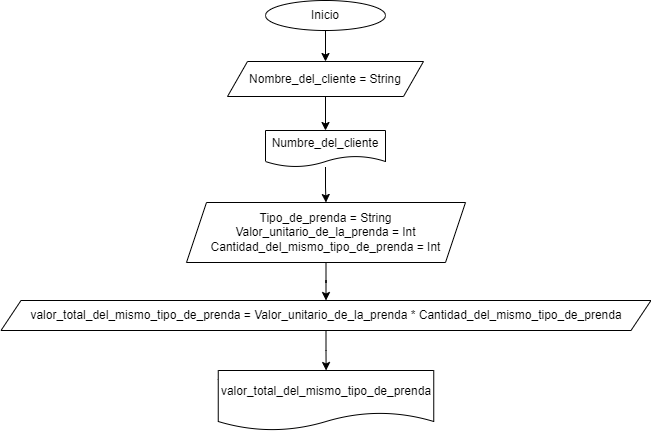
Before: Pagar en una tienda.png, a diagram exported from draw.io (dasamepu/Flujo-de-funciones-para-encapsular-algoritmos). Source tidied: cells renumbered, new cells last; positions are measured from the earlier drawing's top-left corner, leaving out a move shared by most shapes.
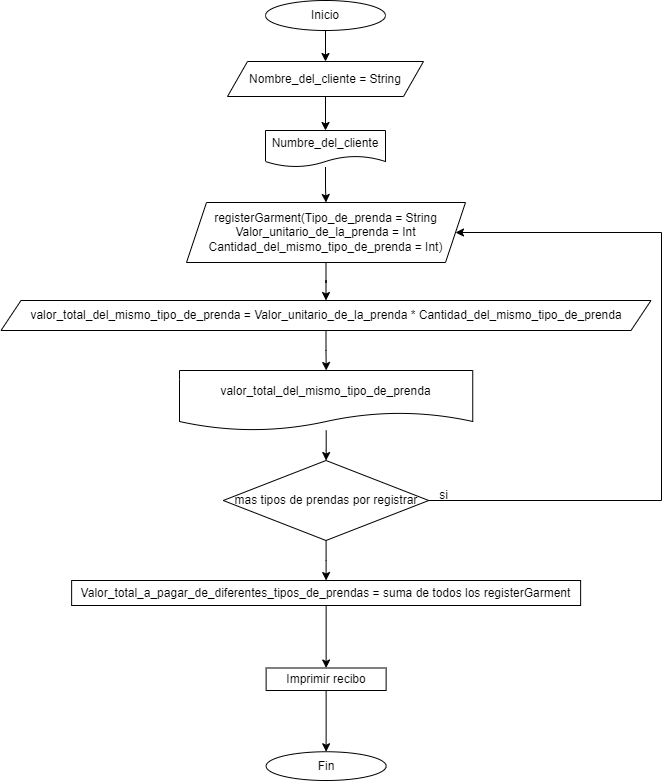
Above is the later version.

The edit, as a diff of the source:
```diff
@@ -23,7 +23,7 @@
     <mxCell id="8" style="edgeStyle=orthogonalEdgeStyle;rounded=0;jettySize=auto;html=1;" parent="1" edge="1" source="9" target="11">
       <mxGeometry relative="1" as="geometry" />
     </mxCell>
-    <mxCell id="9" value="Tipo_de_prenda = String&lt;br&gt;Valor_unitario_de_la_prenda = Int&lt;br&gt;Cantidad_del_mismo_tipo_de_prenda = Int" style="shape=parallelogram;perimeter=parallelogramPerimeter;whiteSpace=wrap;html=1;fixedSize=1;" parent="1" vertex="1">
+    <mxCell id="9" value="registerGarment(Tipo_de_prenda = String&lt;br&gt;Valor_unitario_de_la_prenda = Int&lt;br&gt;Cantidad_del_mismo_tipo_de_prenda = Int)" style="shape=parallelogram;perimeter=parallelogramPerimeter;whiteSpace=wrap;html=1;fixedSize=1;" parent="1" vertex="1">
       <mxGeometry x="185" y="202" width="279" height="60" as="geometry" />
     </mxCell>
     <mxCell id="10" style="edgeStyle=orthogonalEdgeStyle;rounded=0;jettySize=auto;html=1;" parent="1" edge="1" source="11" target="12">
@@ -32,8 +32,43 @@
     <mxCell id="11" value="valor_total_del_mismo_tipo_de_prenda = Valor_unitario_de_la_prenda * Cantidad_del_mismo_tipo_de_prenda" style="shape=parallelogram;perimeter=parallelogramPerimeter;whiteSpace=wrap;html=1;fixedSize=1;" parent="1" vertex="1">
       <mxGeometry x="-0.5" y="300" width="650" height="30" as="geometry" />
     </mxCell>
+    <mxCell id="13" style="edgeStyle=orthogonalEdgeStyle;rounded=0;jettySize=auto;html=1;" parent="1" edge="1" source="12" target="16">
+      <mxGeometry relative="1" as="geometry" />
+    </mxCell>
     <mxCell id="12" value="valor_total_del_mismo_tipo_de_prenda" style="shape=document;whiteSpace=wrap;html=1;boundedLbl=1;" parent="1" vertex="1">
-      <mxGeometry x="216.8" y="370" width="215.5" height="60" as="geometry" />
+      <mxGeometry x="178" y="370" width="293.2" height="60" as="geometry" />
     </mxCell>
+    <mxCell id="14" style="edgeStyle=orthogonalEdgeStyle;rounded=0;jettySize=auto;html=1;entryX=1;entryY=0.5;entryDx=0;entryDy=0;" parent="1" edge="1" source="16" target="9">
+      <mxGeometry relative="1" as="geometry">
+        <Array as="points">
+          <mxPoint x="660" y="500" />
+          <mxPoint x="660" y="232" />
+        </Array>
+      </mxGeometry>
+    </mxCell>
+    <mxCell id="15" style="edgeStyle=orthogonalEdgeStyle;rounded=0;jettySize=auto;html=1;" parent="1" edge="1" source="16" target="19">
+      <mxGeometry relative="1" as="geometry" />
+    </mxCell>
+    <mxCell id="16" value="mas tipos de prendas por registrar" style="rhombus;whiteSpace=wrap;html=1;" parent="1" vertex="1">
+      <mxGeometry x="221.8" y="460" width="205.5" height="80" as="geometry" />
+    </mxCell>
+    <mxCell id="17" value="si" style="text;html=1;align=center;verticalAlign=middle;strokeColor=none;fillColor=none;" parent="1" vertex="1">
+      <mxGeometry x="427.2" y="480" width="30" height="30" as="geometry" />
+    </mxCell>
+    <mxCell id="18" style="edgeStyle=orthogonalEdgeStyle;rounded=0;jettySize=auto;html=1;" parent="1" edge="1" source="19" target="21">
+      <mxGeometry relative="1" as="geometry" />
+    </mxCell>
+    <mxCell id="19" value="Valor_total_a_pagar_de_diferentes_tipos_de_prendas = suma de todos los registerGarment" style="whiteSpace=wrap;html=1;" parent="1" vertex="1">
+      <mxGeometry x="70.1" y="580" width="509" height="25" as="geometry" />
+    </mxCell>
+    <mxCell id="20" style="edgeStyle=orthogonalEdgeStyle;rounded=0;jettySize=auto;html=1;" parent="1" edge="1" source="21" target="22">
+      <mxGeometry relative="1" as="geometry" />
+    </mxCell>
+    <mxCell id="21" value="Imprimir recibo" style="whiteSpace=wrap;html=1;" parent="1" vertex="1">
+      <mxGeometry x="264.6" y="667.5" width="120" height="22.5" as="geometry" />
+    </mxCell>
+    <mxCell id="22" value="Fin" style="ellipse;whiteSpace=wrap;html=1;" parent="1" vertex="1">
+      <mxGeometry x="264.6" y="751.2" width="120" height="28.8" as="geometry" />
+    </mxCell>
   </root>
 </mxGraphModel>
```
